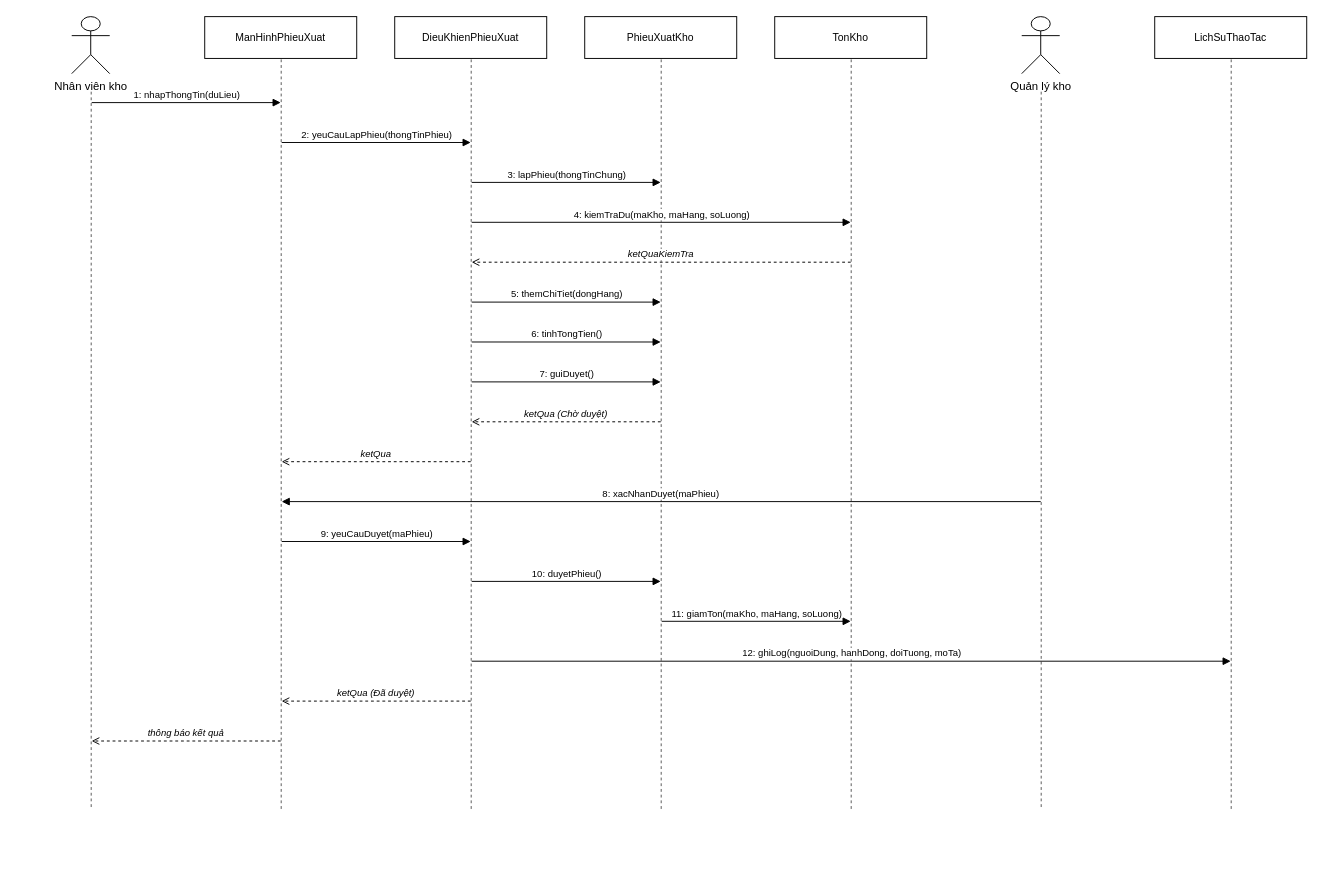
The draw.io diagram diagram/drawio/5.28_sequence_uc28.drawio in quangminh1212/Phan-tich-va-thiet-ke-he-thong, before the edit. Source tidied: cells renumbered, new cells numbered last; positions are measured from the earlier drawing's top-left corner, leaving out a move shared by most shapes. Both pictures are drawn from the tidied source at 95%, with x=0, y=0 at pixel (71, 16).
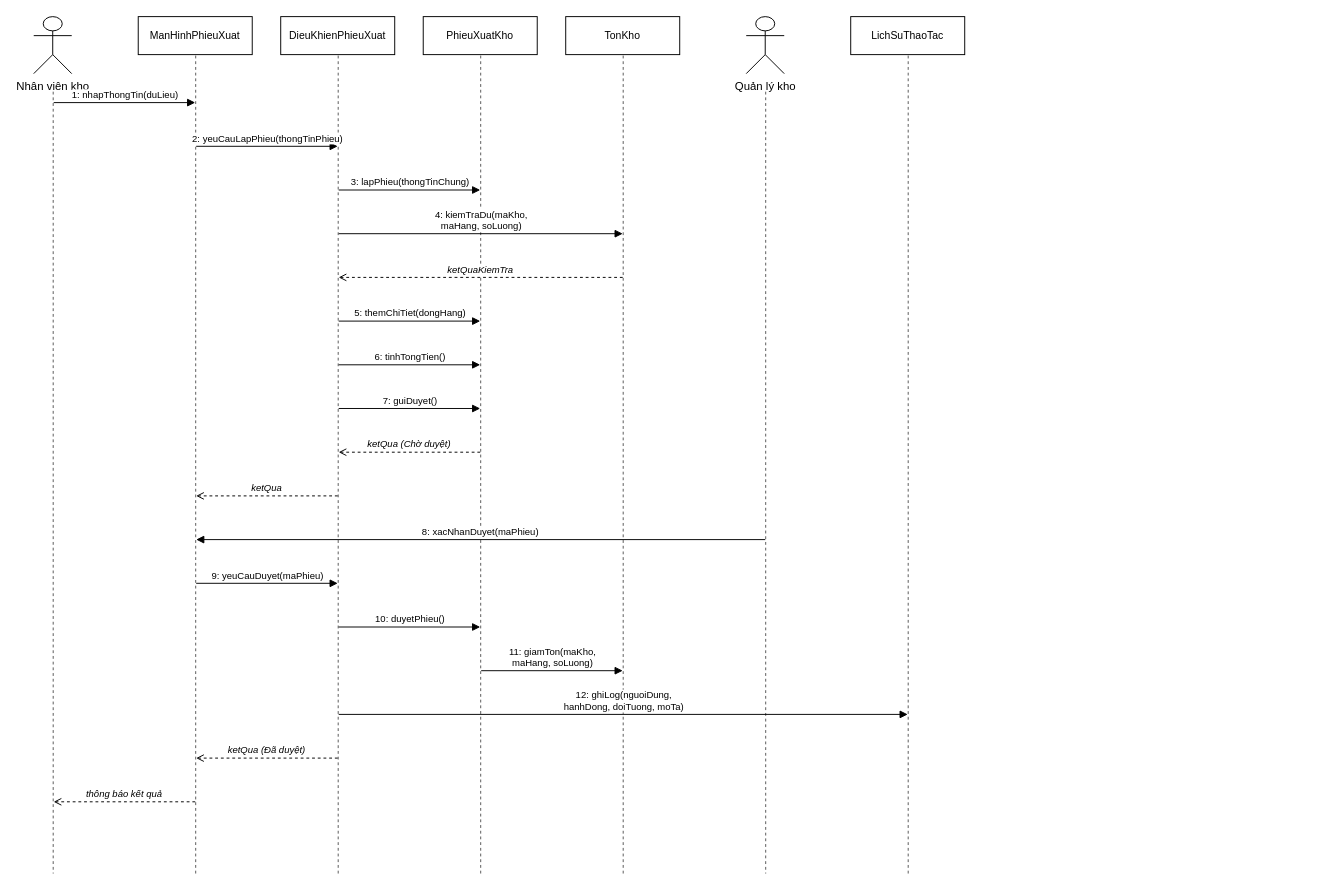
After the change.

What changed in the source:
```diff
@@
     <mxCell id="2" value="Nhân viên kho" style="shape=umlActor;verticalLabelPosition=bottom;verticalAlign=top;html=1;fillColor=#FFFFFF;strokeColor=#000000;" parent="1" vertex="1">
-      <mxGeometry width="40" height="60" as="geometry" />
+      <mxGeometry x="-40" width="40" height="60" as="geometry" />
     </mxCell>
     <mxCell id="3" style="point;html=1;fillColor=none;strokeColor=none;" parent="1" vertex="1">
-      <mxGeometry x="20" y="78" width="1" height="1" as="geometry" />
+      <mxGeometry x="-20" y="78" width="1" height="1" as="geometry" />
     </mxCell>
     <mxCell id="4" style="point;html=1;fillColor=none;strokeColor=none;" parent="1" vertex="1">
-      <mxGeometry x="20" y="834" width="1" height="1" as="geometry" />
+      <mxGeometry x="-20" y="902" width="1" height="1" as="geometry" />
     </mxCell>
@@
     <mxCell id="6" value="ManHinhPhieuXuat" style="rounded=0;whiteSpace=wrap;html=1;fillColor=#FFFFFF;strokeColor=#000000;fontSize=11;align=center;" parent="1" vertex="1">
-      <mxGeometry x="140" width="160" height="44" as="geometry" />
+      <mxGeometry x="70" width="120" height="40" as="geometry" />
     </mxCell>
     <mxCell id="7" style="point;html=1;fillColor=none;strokeColor=none;" parent="1" vertex="1">
-      <mxGeometry x="220" y="44" width="1" height="1" as="geometry" />
+      <mxGeometry x="130" y="40" width="1" height="1" as="geometry" />
     </mxCell>
     <mxCell id="8" style="point;html=1;fillColor=none;strokeColor=none;" parent="1" vertex="1">
-      <mxGeometry x="220" y="834" width="1" height="1" as="geometry" />
+      <mxGeometry x="130" y="902" width="1" height="1" as="geometry" />
     </mxCell>
@@
     <mxCell id="10" value="DieuKhienPhieuXuat" style="rounded=0;whiteSpace=wrap;html=1;fillColor=#FFFFFF;strokeColor=#000000;fontSize=11;align=center;" parent="1" vertex="1">
-      <mxGeometry x="340" width="160" height="44" as="geometry" />
+      <mxGeometry x="220" width="120" height="40" as="geometry" />
     </mxCell>
     <mxCell id="11" style="point;html=1;fillColor=none;strokeColor=none;" parent="1" vertex="1">
-      <mxGeometry x="420" y="44" width="1" height="1" as="geometry" />
+      <mxGeometry x="280" y="40" width="1" height="1" as="geometry" />
     </mxCell>
     <mxCell id="12" style="point;html=1;fillColor=none;strokeColor=none;" parent="1" vertex="1">
-      <mxGeometry x="420" y="834" width="1" height="1" as="geometry" />
+      <mxGeometry x="280" y="902" width="1" height="1" as="geometry" />
     </mxCell>
@@
     <mxCell id="14" value="PhieuXuatKho" style="rounded=0;whiteSpace=wrap;html=1;fillColor=#FFFFFF;strokeColor=#000000;fontSize=11;align=center;" parent="1" vertex="1">
-      <mxGeometry x="540" width="160" height="44" as="geometry" />
+      <mxGeometry x="370" width="120" height="40" as="geometry" />
     </mxCell>
     <mxCell id="15" style="point;html=1;fillColor=none;strokeColor=none;" parent="1" vertex="1">
-      <mxGeometry x="620" y="44" width="1" height="1" as="geometry" />
+      <mxGeometry x="430" y="40" width="1" height="1" as="geometry" />
     </mxCell>
     <mxCell id="16" style="point;html=1;fillColor=none;strokeColor=none;" parent="1" vertex="1">
-      <mxGeometry x="620" y="834" width="1" height="1" as="geometry" />
+      <mxGeometry x="430" y="902" width="1" height="1" as="geometry" />
     </mxCell>
@@
     <mxCell id="18" value="TonKho" style="rounded=0;whiteSpace=wrap;html=1;fillColor=#FFFFFF;strokeColor=#000000;fontSize=11;align=center;" parent="1" vertex="1">
-      <mxGeometry x="740" width="160" height="44" as="geometry" />
+      <mxGeometry x="520" width="120" height="40" as="geometry" />
     </mxCell>
     <mxCell id="19" style="point;html=1;fillColor=none;strokeColor=none;" parent="1" vertex="1">
-      <mxGeometry x="820" y="44" width="1" height="1" as="geometry" />
+      <mxGeometry x="580" y="40" width="1" height="1" as="geometry" />
     </mxCell>
     <mxCell id="20" style="point;html=1;fillColor=none;strokeColor=none;" parent="1" vertex="1">
-      <mxGeometry x="820" y="834" width="1" height="1" as="geometry" />
+      <mxGeometry x="580" y="902" width="1" height="1" as="geometry" />
     </mxCell>
@@
     <mxCell id="22" value="Quản lý kho" style="shape=umlActor;verticalLabelPosition=bottom;verticalAlign=top;html=1;fillColor=#FFFFFF;strokeColor=#000000;" parent="1" vertex="1">
-      <mxGeometry x="1000" width="40" height="60" as="geometry" />
+      <mxGeometry x="710" width="40" height="60" as="geometry" />
     </mxCell>
     <mxCell id="23" style="point;html=1;fillColor=none;strokeColor=none;" parent="1" vertex="1">
-      <mxGeometry x="1020" y="78" width="1" height="1" as="geometry" />
+      <mxGeometry x="730" y="78" width="1" height="1" as="geometry" />
     </mxCell>
     <mxCell id="24" style="point;html=1;fillColor=none;strokeColor=none;" parent="1" vertex="1">
-      <mxGeometry x="1020" y="834" width="1" height="1" as="geometry" />
+      <mxGeometry x="730" y="902" width="1" height="1" as="geometry" />
     </mxCell>
@@
     <mxCell id="26" value="LichSuThaoTac" style="rounded=0;whiteSpace=wrap;html=1;fillColor=#FFFFFF;strokeColor=#000000;fontSize=11;align=center;" parent="1" vertex="1">
-      <mxGeometry x="1140" width="160" height="44" as="geometry" />
+      <mxGeometry x="820" width="120" height="40" as="geometry" />
     </mxCell>
     <mxCell id="27" style="point;html=1;fillColor=none;strokeColor=none;" parent="1" vertex="1">
-      <mxGeometry x="1220" y="44" width="1" height="1" as="geometry" />
+      <mxGeometry x="880" y="40" width="1" height="1" as="geometry" />
     </mxCell>
     <mxCell id="28" style="point;html=1;fillColor=none;strokeColor=none;" parent="1" vertex="1">
-      <mxGeometry x="1220" y="834" width="1" height="1" as="geometry" />
+      <mxGeometry x="880" y="902" width="1" height="1" as="geometry" />
     </mxCell>
@@
     <mxCell id="30" style="point;html=1;fillColor=none;strokeColor=none;" parent="1" vertex="1">
-      <mxGeometry x="20" y="90" width="1" height="1" as="geometry" />
+      <mxGeometry x="-20" y="90" width="1" height="1" as="geometry" />
     </mxCell>
     <mxCell id="31" style="point;html=1;fillColor=none;strokeColor=none;" parent="1" vertex="1">
-      <mxGeometry x="220" y="90" width="1" height="1" as="geometry" />
+      <mxGeometry x="130" y="90" width="1" height="1" as="geometry" />
     </mxCell>
@@
     <mxCell id="33" style="point;html=1;fillColor=none;strokeColor=none;" parent="1" vertex="1">
-      <mxGeometry x="220" y="132" width="1" height="1" as="geometry" />
+      <mxGeometry x="130" y="136" width="1" height="1" as="geometry" />
     </mxCell>
     <mxCell id="34" style="point;html=1;fillColor=none;strokeColor=none;" parent="1" vertex="1">
-      <mxGeometry x="420" y="132" width="1" height="1" as="geometry" />
+      <mxGeometry x="280" y="136" width="1" height="1" as="geometry" />
     </mxCell>
@@
     <mxCell id="36" style="point;html=1;fillColor=none;strokeColor=none;" parent="1" vertex="1">
-      <mxGeometry x="420" y="174" width="1" height="1" as="geometry" />
+      <mxGeometry x="280" y="182" width="1" height="1" as="geometry" />
     </mxCell>
     <mxCell id="37" style="point;html=1;fillColor=none;strokeColor=none;" parent="1" vertex="1">
-      <mxGeometry x="620" y="174" width="1" height="1" as="geometry" />
+      <mxGeometry x="430" y="182" width="1" height="1" as="geometry" />
     </mxCell>
@@
     <mxCell id="39" style="point;html=1;fillColor=none;strokeColor=none;" parent="1" vertex="1">
-      <mxGeometry x="420" y="216" width="1" height="1" as="geometry" />
+      <mxGeometry x="280" y="228" width="1" height="1" as="geometry" />
     </mxCell>
     <mxCell id="40" style="point;html=1;fillColor=none;strokeColor=none;" parent="1" vertex="1">
-      <mxGeometry x="820" y="216" width="1" height="1" as="geometry" />
+      <mxGeometry x="580" y="228" width="1" height="1" as="geometry" />
     </mxCell>
-    <mxCell id="41" value="4: kiemTraDu(maKho, maHang, soLuong)" style="html=1;verticalAlign=bottom;endArrow=block;endFill=1;rounded=0;strokeColor=#000000;fontSize=10;" parent="1" edge="1" source="39" target="40">
+    <mxCell id="41" value="4: kiemTraDu(maKho,&#10;maHang, soLuong)" style="html=1;verticalAlign=bottom;endArrow=block;endFill=1;rounded=0;strokeColor=#000000;fontSize=10;" parent="1" edge="1" source="39" target="40">
       <mxGeometry relative="1" as="geometry" />
     </mxCell>
     <mxCell id="42" style="point;html=1;fillColor=none;strokeColor=none;" parent="1" vertex="1">
-      <mxGeometry x="820" y="258" width="1" height="1" as="geometry" />
+      <mxGeometry x="580" y="274" width="1" height="1" as="geometry" />
     </mxCell>
     <mxCell id="43" style="point;html=1;fillColor=none;strokeColor=none;" parent="1" vertex="1">
-      <mxGeometry x="420" y="258" width="1" height="1" as="geometry" />
+      <mxGeometry x="280" y="274" width="1" height="1" as="geometry" />
     </mxCell>
@@
     <mxCell id="45" style="point;html=1;fillColor=none;strokeColor=none;" parent="1" vertex="1">
-      <mxGeometry x="420" y="300" width="1" height="1" as="geometry" />
+      <mxGeometry x="280" y="320" width="1" height="1" as="geometry" />
     </mxCell>
     <mxCell id="46" style="point;html=1;fillColor=none;strokeColor=none;" parent="1" vertex="1">
-      <mxGeometry x="620" y="300" width="1" height="1" as="geometry" />
+      <mxGeometry x="430" y="320" width="1" height="1" as="geometry" />
     </mxCell>
@@
     <mxCell id="48" style="point;html=1;fillColor=none;strokeColor=none;" parent="1" vertex="1">
-      <mxGeometry x="420" y="342" width="1" height="1" as="geometry" />
+      <mxGeometry x="280" y="366" width="1" height="1" as="geometry" />
     </mxCell>
     <mxCell id="49" style="point;html=1;fillColor=none;strokeColor=none;" parent="1" vertex="1">
-      <mxGeometry x="620" y="342" width="1" height="1" as="geometry" />
+      <mxGeometry x="430" y="366" width="1" height="1" as="geometry" />
     </mxCell>
@@
     <mxCell id="51" style="point;html=1;fillColor=none;strokeColor=none;" parent="1" vertex="1">
-      <mxGeometry x="420" y="384" width="1" height="1" as="geometry" />
+      <mxGeometry x="280" y="412" width="1" height="1" as="geometry" />
     </mxCell>
     <mxCell id="52" style="point;html=1;fillColor=none;strokeColor=none;" parent="1" vertex="1">
-      <mxGeometry x="620" y="384" width="1" height="1" as="geometry" />
+      <mxGeometry x="430" y="412" width="1" height="1" as="geometry" />
     </mxCell>
@@
     <mxCell id="54" style="point;html=1;fillColor=none;strokeColor=none;" parent="1" vertex="1">
-      <mxGeometry x="620" y="426" width="1" height="1" as="geometry" />
+      <mxGeometry x="430" y="458" width="1" height="1" as="geometry" />
     </mxCell>
     <mxCell id="55" style="point;html=1;fillColor=none;strokeColor=none;" parent="1" vertex="1">
-      <mxGeometry x="420" y="426" width="1" height="1" as="geometry" />
+      <mxGeometry x="280" y="458" width="1" height="1" as="geometry" />
     </mxCell>
@@
     <mxCell id="57" style="point;html=1;fillColor=none;strokeColor=none;" parent="1" vertex="1">
-      <mxGeometry x="420" y="468" width="1" height="1" as="geometry" />
+      <mxGeometry x="280" y="504" width="1" height="1" as="geometry" />
     </mxCell>
     <mxCell id="58" style="point;html=1;fillColor=none;strokeColor=none;" parent="1" vertex="1">
-      <mxGeometry x="220" y="468" width="1" height="1" as="geometry" />
+      <mxGeometry x="130" y="504" width="1" height="1" as="geometry" />
     </mxCell>
@@
     <mxCell id="60" style="point;html=1;fillColor=none;strokeColor=none;" parent="1" vertex="1">
-      <mxGeometry x="1020" y="510" width="1" height="1" as="geometry" />
+      <mxGeometry x="730" y="550" width="1" height="1" as="geometry" />
     </mxCell>
     <mxCell id="61" style="point;html=1;fillColor=none;strokeColor=none;" parent="1" vertex="1">
-      <mxGeometry x="220" y="510" width="1" height="1" as="geometry" />
+      <mxGeometry x="130" y="550" width="1" height="1" as="geometry" />
     </mxCell>
@@
     <mxCell id="63" style="point;html=1;fillColor=none;strokeColor=none;" parent="1" vertex="1">
-      <mxGeometry x="220" y="552" width="1" height="1" as="geometry" />
+      <mxGeometry x="130" y="596" width="1" height="1" as="geometry" />
     </mxCell>
     <mxCell id="64" style="point;html=1;fillColor=none;strokeColor=none;" parent="1" vertex="1">
-      <mxGeometry x="420" y="552" width="1" height="1" as="geometry" />
+      <mxGeometry x="280" y="596" width="1" height="1" as="geometry" />
     </mxCell>
@@
     <mxCell id="66" style="point;html=1;fillColor=none;strokeColor=none;" parent="1" vertex="1">
-      <mxGeometry x="420" y="594" width="1" height="1" as="geometry" />
+      <mxGeometry x="280" y="642" width="1" height="1" as="geometry" />
     </mxCell>
     <mxCell id="67" style="point;html=1;fillColor=none;strokeColor=none;" parent="1" vertex="1">
-      <mxGeometry x="620" y="594" width="1" height="1" as="geometry" />
+      <mxGeometry x="430" y="642" width="1" height="1" as="geometry" />
     </mxCell>
@@
     <mxCell id="69" style="point;html=1;fillColor=none;strokeColor=none;" parent="1" vertex="1">
-      <mxGeometry x="620" y="636" width="1" height="1" as="geometry" />
+      <mxGeometry x="430" y="688" width="1" height="1" as="geometry" />
     </mxCell>
     <mxCell id="70" style="point;html=1;fillColor=none;strokeColor=none;" parent="1" vertex="1">
-      <mxGeometry x="820" y="636" width="1" height="1" as="geometry" />
+      <mxGeometry x="580" y="688" width="1" height="1" as="geometry" />
     </mxCell>
-    <mxCell id="71" value="11: giamTon(maKho, maHang, soLuong)" style="html=1;verticalAlign=bottom;endArrow=block;endFill=1;rounded=0;strokeColor=#000000;fontSize=10;" parent="1" edge="1" source="69" target="70">
+    <mxCell id="71" value="11: giamTon(maKho,&#10;maHang, soLuong)" style="html=1;verticalAlign=bottom;endArrow=block;endFill=1;rounded=0;strokeColor=#000000;fontSize=10;" parent="1" edge="1" source="69" target="70">
       <mxGeometry relative="1" as="geometry" />
     </mxCell>
     <mxCell id="72" style="point;html=1;fillColor=none;strokeColor=none;" parent="1" vertex="1">
-      <mxGeometry x="420" y="678" width="1" height="1" as="geometry" />
+      <mxGeometry x="280" y="734" width="1" height="1" as="geometry" />
     </mxCell>
     <mxCell id="73" style="point;html=1;fillColor=none;strokeColor=none;" parent="1" vertex="1">
-      <mxGeometry x="1220" y="678" width="1" height="1" as="geometry" />
+      <mxGeometry x="880" y="734" width="1" height="1" as="geometry" />
     </mxCell>
-    <mxCell id="74" value="12: ghiLog(nguoiDung, hanhDong, doiTuong, moTa)" style="html=1;verticalAlign=bottom;endArrow=block;endFill=1;rounded=0;strokeColor=#000000;fontSize=10;" parent="1" edge="1" source="72" target="73">
+    <mxCell id="74" value="12: ghiLog(nguoiDung,&#10;hanhDong, doiTuong, moTa)" style="html=1;verticalAlign=bottom;endArrow=block;endFill=1;rounded=0;strokeColor=#000000;fontSize=10;" parent="1" edge="1" source="72" target="73">
       <mxGeometry relative="1" as="geometry" />
     </mxCell>
     <mxCell id="75" style="point;html=1;fillColor=none;strokeColor=none;" parent="1" vertex="1">
-      <mxGeometry x="420" y="720" width="1" height="1" as="geometry" />
+      <mxGeometry x="280" y="780" width="1" height="1" as="geometry" />
     </mxCell>
     <mxCell id="76" style="point;html=1;fillColor=none;strokeColor=none;" parent="1" vertex="1">
-      <mxGeometry x="220" y="720" width="1" height="1" as="geometry" />
+      <mxGeometry x="130" y="780" width="1" height="1" as="geometry" />
     </mxCell>
@@
     <mxCell id="78" style="point;html=1;fillColor=none;strokeColor=none;" parent="1" vertex="1">
-      <mxGeometry x="220" y="762" width="1" height="1" as="geometry" />
+      <mxGeometry x="130" y="826" width="1" height="1" as="geometry" />
     </mxCell>
     <mxCell id="79" style="point;html=1;fillColor=none;strokeColor=none;" parent="1" vertex="1">
-      <mxGeometry x="20" y="762" width="1" height="1" as="geometry" />
+      <mxGeometry x="-20" y="826" width="1" height="1" as="geometry" />
     </mxCell>
```
